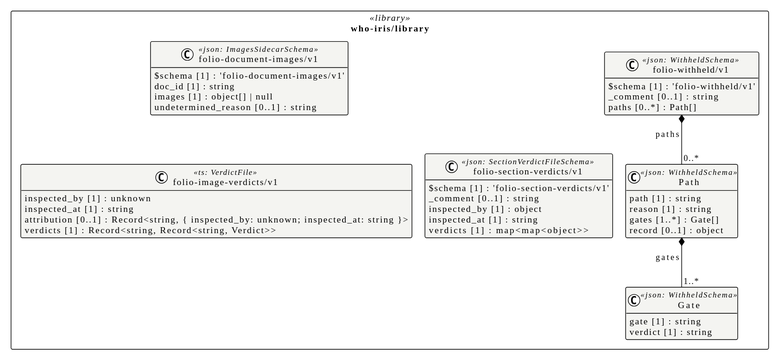
Above: assets/img/uml/overview/who-iris/library.svg in litlfred/smart-trust (PlantUML), before the change. Source of this version:
```plantuml
@startuml
!pragma layout elk
!theme plain
skinparam classAttributeIconSize 0
skinparam shadowing false
skinparam packageStyle rectangle
hide empty methods

package "who-iris/library" as pkg_who_iris_library <<library>> {
  class "folio-document-images/v1" as who_iris_library_folio_document_images_v1_folio_document_images_v1 <<json: ImagesSidecarSchema>> #f4f4f1 {
    $schema [1] : 'folio-document-images/v1'
    doc_id [1] : string
    images [1] : object[] | null
    undetermined_reason [0..1] : string
  }
  class "folio-image-verdicts/v1" as who_iris_library_folio_image_verdicts_v1 <<ts: VerdictFile>> #f4f4f1 {
    inspected_by [1] : unknown
    inspected_at [1] : string
    attribution [0..1] : Record<string, { inspected_by: unknown; inspected_at: string }>
    verdicts [1] : Record<string, Record<string, Verdict>>
  }
  class "folio-section-verdicts/v1" as who_iris_library_folio_section_verdicts_v1_folio_section_verdicts_v1 <<json: SectionVerdictFileSchema>> #f4f4f1 {
    $schema [1] : 'folio-section-verdicts/v1'
    _comment [0..1] : string
    inspected_by [1] : object
    inspected_at [1] : string
    verdicts [1] : map<map<object>>
  }
  class "Gate" as who_iris_library_folio_withheld_v1_Gate <<json: WithheldSchema>> #f4f4f1 {
    gate [1] : string
    verdict [1] : string
  }
  class "Path" as who_iris_library_folio_withheld_v1_Path <<json: WithheldSchema>> #f4f4f1 {
    path [1] : string
    reason [1] : string
    gates [1..*] : Gate[]
    record [0..1] : object
  }
  class "folio-withheld/v1" as who_iris_library_folio_withheld_v1_folio_withheld_v1 <<json: WithheldSchema>> #f4f4f1 {
    $schema [1] : 'folio-withheld/v1'
    _comment [0..1] : string
    paths [0..*] : Path[]
  }
}

who_iris_library_folio_withheld_v1_Path *-- "1..*" who_iris_library_folio_withheld_v1_Gate : gates
who_iris_library_folio_withheld_v1_folio_withheld_v1 *-- "0..*" who_iris_library_folio_withheld_v1_Path : paths
@enduml
```
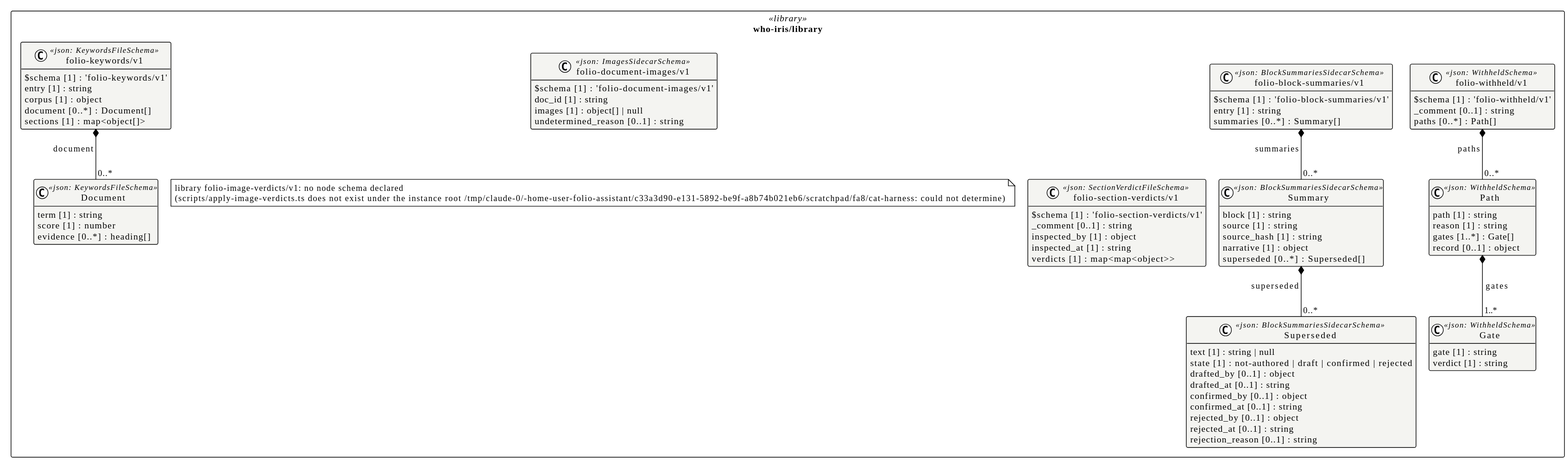
Later version of the same file.

Change to the diagram source:
```diff
@@ -13,18 +13,47 @@
     images [1] : object[] | null
     undetermined_reason [0..1] : string
   }
-  class "folio-image-verdicts/v1" as who_iris_library_folio_image_verdicts_v1 <<ts: VerdictFile>> #f4f4f1 {
-    inspected_by [1] : unknown
-    inspected_at [1] : string
-    attribution [0..1] : Record<string, { inspected_by: unknown; inspected_at: string }>
-    verdicts [1] : Record<string, Record<string, Verdict>>
-  }
   class "folio-section-verdicts/v1" as who_iris_library_folio_section_verdicts_v1_folio_section_verdicts_v1 <<json: SectionVerdictFileSchema>> #f4f4f1 {
     $schema [1] : 'folio-section-verdicts/v1'
     _comment [0..1] : string
     inspected_by [1] : object
     inspected_at [1] : string
     verdicts [1] : map<map<object>>
+  }
+  class "Superseded" as who_iris_library_folio_block_summaries_v1_Superseded <<json: BlockSummariesSidecarSchema>> #f4f4f1 {
+    text [1] : string | null
+    state [1] : not-authored | draft | confirmed | rejected
+    drafted_by [0..1] : object
+    drafted_at [0..1] : string
+    confirmed_by [0..1] : object
+    confirmed_at [0..1] : string
+    rejected_by [0..1] : object
+    rejected_at [0..1] : string
+    rejection_reason [0..1] : string
+  }
+  class "Summary" as who_iris_library_folio_block_summaries_v1_Summary <<json: BlockSummariesSidecarSchema>> #f4f4f1 {
+    block [1] : string
+    source [1] : string
+    source_hash [1] : string
+    narrative [1] : object
+    superseded [0..*] : Superseded[]
+  }
+  class "folio-block-summaries/v1" as who_iris_library_folio_block_summaries_v1_folio_block_summaries_v1 <<json: BlockSummariesSidecarSchema>> #f4f4f1 {
+    $schema [1] : 'folio-block-summaries/v1'
+    entry [1] : string
+    summaries [0..*] : Summary[]
+  }
+  class "Document" as who_iris_library_folio_keywords_v1_Document <<json: KeywordsFileSchema>> #f4f4f1 {
+    term [1] : string
+    score [1] : number
+    evidence [0..*] : heading[]
+  }
+  class "folio-keywords/v1" as who_iris_library_folio_keywords_v1_folio_keywords_v1 <<json: KeywordsFileSchema>> #f4f4f1 {
+    $schema [1] : 'folio-keywords/v1'
+    entry [1] : string
+    corpus [1] : object
+    document [0..*] : Document[]
+    sections [1] : map<object[]>
   }
   class "Gate" as who_iris_library_folio_withheld_v1_Gate <<json: WithheldSchema>> #f4f4f1 {
     gate [1] : string
@@ -41,8 +70,12 @@
     _comment [0..1] : string
     paths [0..*] : Path[]
   }
+  note "library folio-image-verdicts/v1: no node schema declared\n(scripts/apply-image-verdicts.ts does not exist under the instance root /tmp/claude-0/-home-user-folio-assistant/c33a3d90-e131-5892-be9f-a8b74b021eb6/scratchpad/fa8/cat-harness: could not determine)" as n_who_iris_library_library_folio_image_verdicts_v1
 }
 
+who_iris_library_folio_block_summaries_v1_Summary *-- "0..*" who_iris_library_folio_block_summaries_v1_Superseded : superseded
+who_iris_library_folio_block_summaries_v1_folio_block_summaries_v1 *-- "0..*" who_iris_library_folio_block_summaries_v1_Summary : summaries
+who_iris_library_folio_keywords_v1_folio_keywords_v1 *-- "0..*" who_iris_library_folio_keywords_v1_Document : document
 who_iris_library_folio_withheld_v1_Path *-- "1..*" who_iris_library_folio_withheld_v1_Gate : gates
 who_iris_library_folio_withheld_v1_folio_withheld_v1 *-- "0..*" who_iris_library_folio_withheld_v1_Path : paths
 @enduml
```
